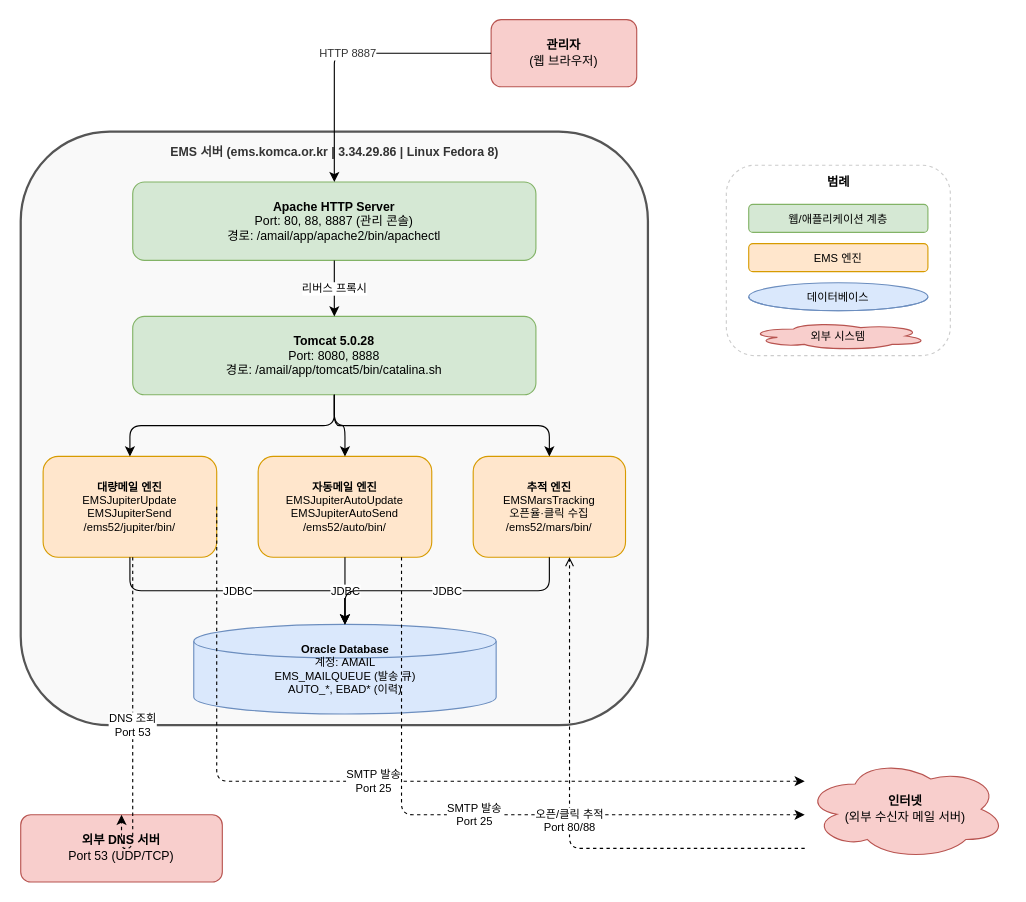
Before: 업무/대량메일(AMAIL) 아키텍쳐.drawio in komca-brseo/komca_diagram, a draw.io diagram. Source tidied: cells renumbered, new cells numbered last; positions are measured from the earlier drawing's top-left corner, leaving out a move shared by most shapes. Both pictures are drawn from the tidied source at 112%, with x=0, y=0 at pixel (20, 19).
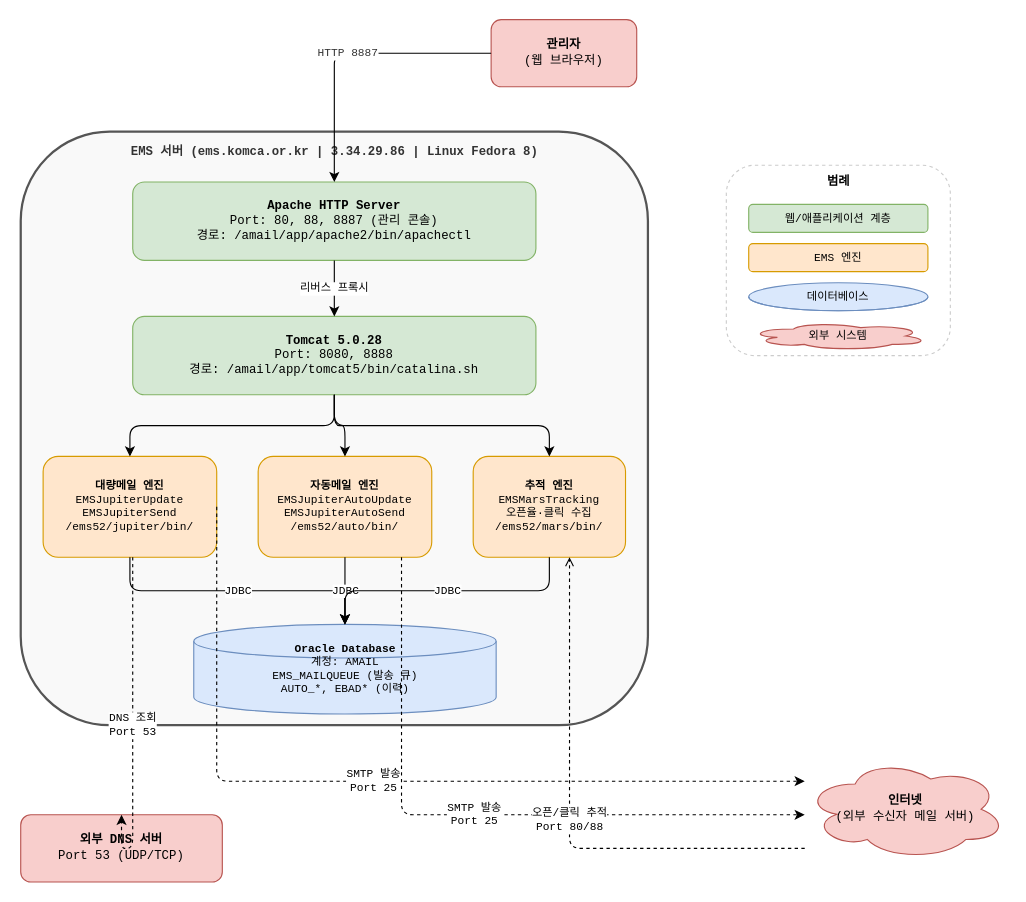
The same page after the edit.

Change to the diagram source:
```diff
@@
-    <mxCell id="2" style="rounded=1;whiteSpace=wrap;html=1;fillColor=#ffffff;strokeColor=#cccccc;dashed=1;fontSize=10;" parent="1" vertex="1">
+    <mxCell id="2" style="rounded=1;whiteSpace=wrap;html=1;fillColor=#ffffff;strokeColor=#cccccc;dashed=1;fontSize=10;fontFamily=Courier New;" parent="1" vertex="1">
       <mxGeometry x="630" y="130" width="200" height="170" as="geometry" />
     </mxCell>
-    <mxCell id="3" value="&lt;b&gt;범례&lt;/b&gt;" style="text;html=1;strokeColor=none;fillColor=none;align=center;verticalAlign=middle;fontSize=11;" parent="1" vertex="1">
+    <mxCell id="3" value="&lt;b&gt;범례&lt;/b&gt;" style="text;html=1;strokeColor=none;fillColor=none;align=center;verticalAlign=middle;fontSize=11;fontFamily=Courier New;" parent="1" vertex="1">
       <mxGeometry x="630" y="135" width="200" height="20" as="geometry" />
     </mxCell>
-    <mxCell id="4" value="웹/애플리케이션 계층" style="rounded=1;whiteSpace=wrap;html=1;fillColor=#d5e8d4;strokeColor=#82b366;fontSize=10;" parent="1" vertex="1">
+    <mxCell id="4" value="웹/애플리케이션 계층" style="rounded=1;whiteSpace=wrap;html=1;fillColor=#d5e8d4;strokeColor=#82b366;fontSize=10;fontFamily=Courier New;" parent="1" vertex="1">
       <mxGeometry x="650" y="165" width="160" height="25" as="geometry" />
     </mxCell>
-    <mxCell id="5" value="EMS 엔진" style="rounded=1;whiteSpace=wrap;html=1;fillColor=#ffe6cc;strokeColor=#d79b00;fontSize=10;" parent="1" vertex="1">
+    <mxCell id="5" value="EMS 엔진" style="rounded=1;whiteSpace=wrap;html=1;fillColor=#ffe6cc;strokeColor=#d79b00;fontSize=10;fontFamily=Courier New;" parent="1" vertex="1">
       <mxGeometry x="650" y="200" width="160" height="25" as="geometry" />
     </mxCell>
-    <mxCell id="6" value="데이터베이스" style="shape=cylinder3;whiteSpace=wrap;html=1;fillColor=#dae8fc;strokeColor=#6c8ebf;fontSize=10;" parent="1" vertex="1">
+    <mxCell id="6" value="데이터베이스" style="shape=cylinder3;whiteSpace=wrap;html=1;fillColor=#dae8fc;strokeColor=#6c8ebf;fontSize=10;fontFamily=Courier New;" parent="1" vertex="1">
       <mxGeometry x="650" y="235" width="160" height="25" as="geometry" />
     </mxCell>
-    <mxCell id="7" value="외부 시스템" style="shape=cloud;whiteSpace=wrap;html=1;fillColor=#f8cecc;strokeColor=#b85450;fontSize=10;" parent="1" vertex="1">
+    <mxCell id="7" value="외부 시스템" style="shape=cloud;whiteSpace=wrap;html=1;fillColor=#f8cecc;strokeColor=#b85450;fontSize=10;fontFamily=Courier New;" parent="1" vertex="1">
       <mxGeometry x="650" y="270" width="160" height="25" as="geometry" />
     </mxCell>
-    <mxCell id="8" value="&lt;b&gt;관리자&lt;/b&gt;&#10;(웹 브라우저)" style="rounded=1;whiteSpace=wrap;html=1;fillColor=#f8cecc;strokeColor=#b85450;fontSize=11;" parent="1" vertex="1">
+    <mxCell id="8" value="&lt;b&gt;관리자&lt;/b&gt;&#10;(웹 브라우저)" style="rounded=1;whiteSpace=wrap;html=1;fillColor=#f8cecc;strokeColor=#b85450;fontSize=11;fontFamily=Courier New;" parent="1" vertex="1">
       <mxGeometry x="420" width="130" height="60" as="geometry" />
     </mxCell>
-    <mxCell id="9" value="&lt;b&gt;인터넷&lt;/b&gt;&#10;(외부 수신자 메일 서버)" style="shape=cloud;whiteSpace=wrap;html=1;fillColor=#f8cecc;strokeColor=#b85450;fontSize=11;" parent="1" vertex="1">
+    <mxCell id="9" value="&lt;b&gt;인터넷&lt;/b&gt;&#10;(외부 수신자 메일 서버)" style="shape=cloud;whiteSpace=wrap;html=1;fillColor=#f8cecc;strokeColor=#b85450;fontSize=11;fontFamily=Courier New;" parent="1" vertex="1">
       <mxGeometry x="700" y="660" width="180" height="90" as="geometry" />
     </mxCell>
-    <mxCell id="10" value="&lt;b&gt;외부 DNS 서버&lt;/b&gt;&#10;Port 53 (UDP/TCP)" style="rounded=1;whiteSpace=wrap;html=1;fillColor=#f8cecc;strokeColor=#b85450;fontSize=11;" parent="1" vertex="1">
+    <mxCell id="10" value="&lt;b&gt;외부 DNS 서버&lt;/b&gt;&#10;Port 53 (UDP/TCP)" style="rounded=1;whiteSpace=wrap;html=1;fillColor=#f8cecc;strokeColor=#b85450;fontSize=11;fontFamily=Courier New;" parent="1" vertex="1">
       <mxGeometry y="710" width="180" height="60" as="geometry" />
     </mxCell>
-    <mxCell id="11" style="rounded=1;whiteSpace=wrap;html=1;fillColor=#f9f9f9;strokeColor=#555555;strokeWidth=2;dashed=0;fontSize=11;" parent="1" vertex="1">
+    <mxCell id="11" style="rounded=1;whiteSpace=wrap;html=1;fillColor=#f9f9f9;strokeColor=#555555;strokeWidth=2;dashed=0;fontSize=11;fontFamily=Courier New;" parent="1" vertex="1">
       <mxGeometry y="100" width="560" height="530" as="geometry" />
     </mxCell>
-    <mxCell id="12" value="&lt;b&gt;EMS 서버  (ems.komca.or.kr  | 3.34.29.86 |  Linux Fedora 8)&lt;/b&gt;" style="text;html=1;strokeColor=none;fillColor=none;align=center;verticalAlign=middle;fontSize=11;fontColor=#333333;" parent="1" vertex="1">
+    <mxCell id="12" value="&lt;b&gt;EMS 서버  (ems.komca.or.kr  | 3.34.29.86 |  Linux Fedora 8)&lt;/b&gt;" style="text;html=1;strokeColor=none;fillColor=none;align=center;verticalAlign=middle;fontSize=11;fontColor=#333333;fontFamily=Courier New;" parent="1" vertex="1">
       <mxGeometry y="105" width="560" height="25" as="geometry" />
     </mxCell>
-    <mxCell id="13" value="&lt;b&gt;Apache HTTP Server&lt;/b&gt;&#10;Port: 80, 88, 8887 (관리 콘솔)&#10;경로: /amail/app/apache2/bin/apachectl" style="rounded=1;whiteSpace=wrap;html=1;fillColor=#d5e8d4;strokeColor=#82b366;fontSize=11;" parent="1" vertex="1">
+    <mxCell id="13" value="&lt;b&gt;Apache HTTP Server&lt;/b&gt;&#10;Port: 80, 88, 8887 (관리 콘솔)&#10;경로: /amail/app/apache2/bin/apachectl" style="rounded=1;whiteSpace=wrap;html=1;fillColor=#d5e8d4;strokeColor=#82b366;fontSize=11;fontFamily=Courier New;" parent="1" vertex="1">
       <mxGeometry x="100" y="145" width="360" height="70" as="geometry" />
     </mxCell>
-    <mxCell id="14" value="&lt;b&gt;Tomcat 5.0.28&lt;/b&gt;&#10;Port: 8080, 8888&#10;경로: /amail/app/tomcat5/bin/catalina.sh" style="rounded=1;whiteSpace=wrap;html=1;fillColor=#d5e8d4;strokeColor=#82b366;fontSize=11;" parent="1" vertex="1">
+    <mxCell id="14" value="&lt;b&gt;Tomcat 5.0.28&lt;/b&gt;&#10;Port: 8080, 8888&#10;경로: /amail/app/tomcat5/bin/catalina.sh" style="rounded=1;whiteSpace=wrap;html=1;fillColor=#d5e8d4;strokeColor=#82b366;fontSize=11;fontFamily=Courier New;" parent="1" vertex="1">
       <mxGeometry x="100" y="265" width="360" height="70" as="geometry" />
     </mxCell>
-    <mxCell id="15" value="&lt;b&gt;대량메일 엔진&lt;/b&gt;&#10;EMSJupiterUpdate&#10;EMSJupiterSend&#10;/ems52/jupiter/bin/" style="rounded=1;whiteSpace=wrap;html=1;fillColor=#ffe6cc;strokeColor=#d79b00;fontSize=10;" parent="1" vertex="1">
+    <mxCell id="15" value="&lt;b&gt;대량메일 엔진&lt;/b&gt;&#10;EMSJupiterUpdate&#10;EMSJupiterSend&#10;/ems52/jupiter/bin/" style="rounded=1;whiteSpace=wrap;html=1;fillColor=#ffe6cc;strokeColor=#d79b00;fontSize=10;fontFamily=Courier New;" parent="1" vertex="1">
       <mxGeometry x="20" y="390" width="155" height="90" as="geometry" />
     </mxCell>
-    <mxCell id="16" value="&lt;b&gt;자동메일 엔진&lt;/b&gt;&#10;EMSJupiterAutoUpdate&#10;EMSJupiterAutoSend&#10;/ems52/auto/bin/" style="rounded=1;whiteSpace=wrap;html=1;fillColor=#ffe6cc;strokeColor=#d79b00;fontSize=10;" parent="1" vertex="1">
+    <mxCell id="16" value="&lt;b&gt;자동메일 엔진&lt;/b&gt;&#10;EMSJupiterAutoUpdate&#10;EMSJupiterAutoSend&#10;/ems52/auto/bin/" style="rounded=1;whiteSpace=wrap;html=1;fillColor=#ffe6cc;strokeColor=#d79b00;fontSize=10;fontFamily=Courier New;" parent="1" vertex="1">
       <mxGeometry x="212" y="390" width="155" height="90" as="geometry" />
     </mxCell>
-    <mxCell id="17" value="&lt;b&gt;추적 엔진&lt;/b&gt;&#10;EMSMarsTracking&#10;오픈율·클릭 수집&#10;/ems52/mars/bin/" style="rounded=1;whiteSpace=wrap;html=1;fillColor=#ffe6cc;strokeColor=#d79b00;fontSize=10;" parent="1" vertex="1">
+    <mxCell id="17" value="&lt;b&gt;추적 엔진&lt;/b&gt;&#10;EMSMarsTracking&#10;오픈율·클릭 수집&#10;/ems52/mars/bin/" style="rounded=1;whiteSpace=wrap;html=1;fillColor=#ffe6cc;strokeColor=#d79b00;fontSize=10;fontFamily=Courier New;" parent="1" vertex="1">
       <mxGeometry x="404" y="390" width="136" height="90" as="geometry" />
     </mxCell>
-    <mxCell id="18" value="&lt;b&gt;Oracle Database&lt;/b&gt;&#10;계정: AMAIL&#10;EMS_MAILQUEUE (발송 큐)&#10;AUTO_*, EBAD* (이력)" style="shape=cylinder3;whiteSpace=wrap;html=1;fillColor=#dae8fc;strokeColor=#6c8ebf;fontSize=10;" parent="1" vertex="1">
+    <mxCell id="18" value="&lt;b&gt;Oracle Database&lt;/b&gt;&#10;계정: AMAIL&#10;EMS_MAILQUEUE (발송 큐)&#10;AUTO_*, EBAD* (이력)" style="shape=cylinder3;whiteSpace=wrap;html=1;fillColor=#dae8fc;strokeColor=#6c8ebf;fontSize=10;fontFamily=Courier New;" parent="1" vertex="1">
       <mxGeometry x="154.5" y="540" width="270" height="80" as="geometry" />
     </mxCell>
-    <mxCell id="19" value="HTTP 8887" style="edgeStyle=orthogonalEdgeStyle;html=1;fontSize=10;fontColor=#333333;exitX=0;exitY=0.5;exitDx=0;exitDy=0;entryX=0.5;entryY=0;entryDx=0;entryDy=0;" parent="1" edge="1" source="8" target="13">
+    <mxCell id="19" value="HTTP 8887" style="edgeStyle=orthogonalEdgeStyle;html=1;fontSize=10;fontColor=#333333;exitX=0;exitY=0.5;exitDx=0;exitDy=0;entryX=0.5;entryY=0;entryDx=0;entryDy=0;fontFamily=Courier New;" parent="1" edge="1" source="8" target="13">
       <mxGeometry relative="1" as="geometry" />
     </mxCell>
-    <mxCell id="20" value="리버스 프록시" style="edgeStyle=orthogonalEdgeStyle;html=1;fontSize=10;" parent="1" edge="1" source="13" target="14">
+    <mxCell id="20" value="리버스 프록시" style="edgeStyle=orthogonalEdgeStyle;html=1;fontSize=10;fontFamily=Courier New;" parent="1" edge="1" source="13" target="14">
       <mxGeometry relative="1" as="geometry" />
     </mxCell>
-    <mxCell id="21" style="edgeStyle=orthogonalEdgeStyle;html=1;" parent="1" edge="1" source="14" target="15">
+    <mxCell id="21" style="edgeStyle=orthogonalEdgeStyle;html=1;fontFamily=Courier New;" parent="1" edge="1" source="14" target="15">
       <mxGeometry relative="1" as="geometry" />
     </mxCell>
-    <mxCell id="22" style="edgeStyle=orthogonalEdgeStyle;html=1;" parent="1" edge="1" source="14" target="16">
+    <mxCell id="22" style="edgeStyle=orthogonalEdgeStyle;html=1;fontFamily=Courier New;" parent="1" edge="1" source="14" target="16">
       <mxGeometry relative="1" as="geometry" />
     </mxCell>
-    <mxCell id="23" style="edgeStyle=orthogonalEdgeStyle;html=1;" parent="1" edge="1" source="14" target="17">
+    <mxCell id="23" style="edgeStyle=orthogonalEdgeStyle;html=1;fontFamily=Courier New;" parent="1" edge="1" source="14" target="17">
       <mxGeometry relative="1" as="geometry" />
     </mxCell>
-    <mxCell id="24" value="JDBC" style="edgeStyle=orthogonalEdgeStyle;html=1;fontSize=10;" parent="1" edge="1" source="15" target="18">
+    <mxCell id="24" value="JDBC" style="edgeStyle=orthogonalEdgeStyle;html=1;fontSize=10;fontFamily=Courier New;" parent="1" edge="1" source="15" target="18">
       <mxGeometry relative="1" as="geometry" />
     </mxCell>
-    <mxCell id="25" value="JDBC" style="edgeStyle=orthogonalEdgeStyle;html=1;fontSize=10;" parent="1" edge="1" source="16" target="18">
+    <mxCell id="25" value="JDBC" style="edgeStyle=orthogonalEdgeStyle;html=1;fontSize=10;fontFamily=Courier New;" parent="1" edge="1" source="16" target="18">
       <mxGeometry relative="1" as="geometry" />
     </mxCell>
-    <mxCell id="26" value="JDBC" style="edgeStyle=orthogonalEdgeStyle;html=1;fontSize=10;" parent="1" edge="1" source="17" target="18">
+    <mxCell id="26" value="JDBC" style="edgeStyle=orthogonalEdgeStyle;html=1;fontSize=10;fontFamily=Courier New;" parent="1" edge="1" source="17" target="18">
       <mxGeometry relative="1" as="geometry" />
     </mxCell>
-    <mxCell id="27" value="SMTP 발송&#10;Port 25" style="edgeStyle=orthogonalEdgeStyle;html=1;fontSize=10;dashed=1;exitX=1;exitY=0.5;exitDx=0;exitDy=0;" parent="1" edge="1" source="15" target="9">
+    <mxCell id="27" value="SMTP 발송&#10;Port 25" style="edgeStyle=orthogonalEdgeStyle;html=1;fontSize=10;dashed=1;exitX=1;exitY=0.5;exitDx=0;exitDy=0;fontFamily=Courier New;" parent="1" edge="1" source="15" target="9">
       <mxGeometry relative="1" as="geometry">
         <Array as="points">
           <mxPoint x="175" y="680" />
         </Array>
       </mxGeometry>
     </mxCell>
-    <mxCell id="28" value="SMTP 발송&#10;Port 25" style="edgeStyle=orthogonalEdgeStyle;html=1;fontSize=10;dashed=1;" parent="1" edge="1" source="16" target="9">
+    <mxCell id="28" value="SMTP 발송&#10;Port 25" style="edgeStyle=orthogonalEdgeStyle;html=1;fontSize=10;dashed=1;fontFamily=Courier New;" parent="1" edge="1" source="16" target="9">
       <mxGeometry relative="1" as="geometry">
         <Array as="points">
           <mxPoint x="340" y="710" />
         </Array>
       </mxGeometry>
     </mxCell>
-    <mxCell id="29" value="DNS 조회&#10;Port 53" style="edgeStyle=orthogonalEdgeStyle;html=1;fontSize=10;dashed=1;entryX=0.5;entryY=0;entryDx=0;entryDy=0;" parent="1" edge="1" source="15" target="10">
+    <mxCell id="29" value="DNS 조회&#10;Port 53" style="edgeStyle=orthogonalEdgeStyle;html=1;fontSize=10;dashed=1;entryX=0.5;entryY=0;entryDx=0;entryDy=0;fontFamily=Courier New;" parent="1" edge="1" source="15" target="10">
       <mxGeometry relative="1" as="geometry">
         <Array as="points">
           <mxPoint x="100" y="740" />
           <mxPoint x="90" y="740" />
         </Array>
       </mxGeometry>
     </mxCell>
-    <mxCell id="30" value="오픈/클릭 추적&#10;Port 80/88" style="edgeStyle=orthogonalEdgeStyle;html=1;fontSize=10;dashed=1;endArrow=open;startArrow=none;" parent="1" edge="1" source="9" target="17">
+    <mxCell id="30" value="오픈/클릭 추적&#10;Port 80/88" style="edgeStyle=orthogonalEdgeStyle;html=1;fontSize=10;dashed=1;endArrow=open;startArrow=none;fontFamily=Courier New;" parent="1" edge="1" source="9" target="17">
       <mxGeometry relative="1" as="geometry">
         <Array as="points">
           <mxPoint x="490" y="740" />
         </Array>
       </mxGeometry>
     </mxCell>
```
